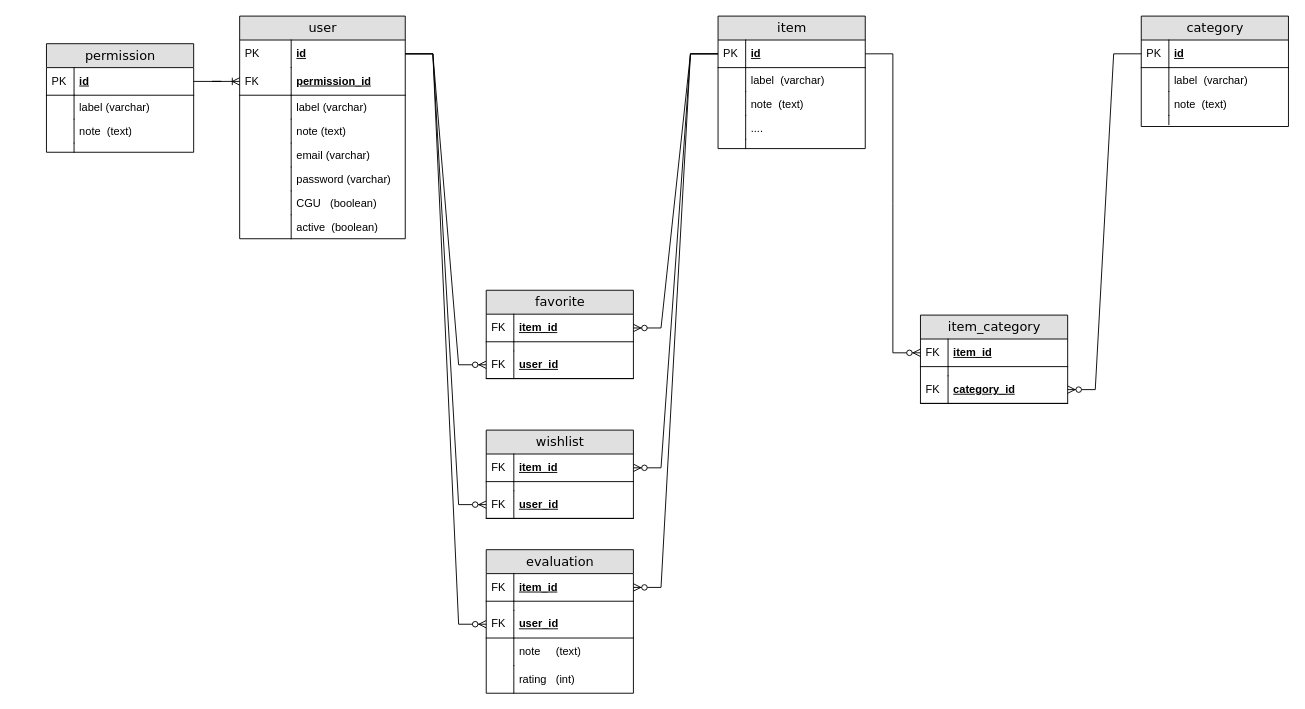
This is EntityRelation.drawio from HexMakina/ZAD-X75-B-2021-2022, a draw.io file, before an edit. Source tidied: cells renumbered, new cells numbered last; positions are measured from the earlier drawing's top-left corner, leaving out a move shared by most shapes. Both pictures are drawn from the tidied source at 92%, with x=0, y=0 at pixel (46, 16).
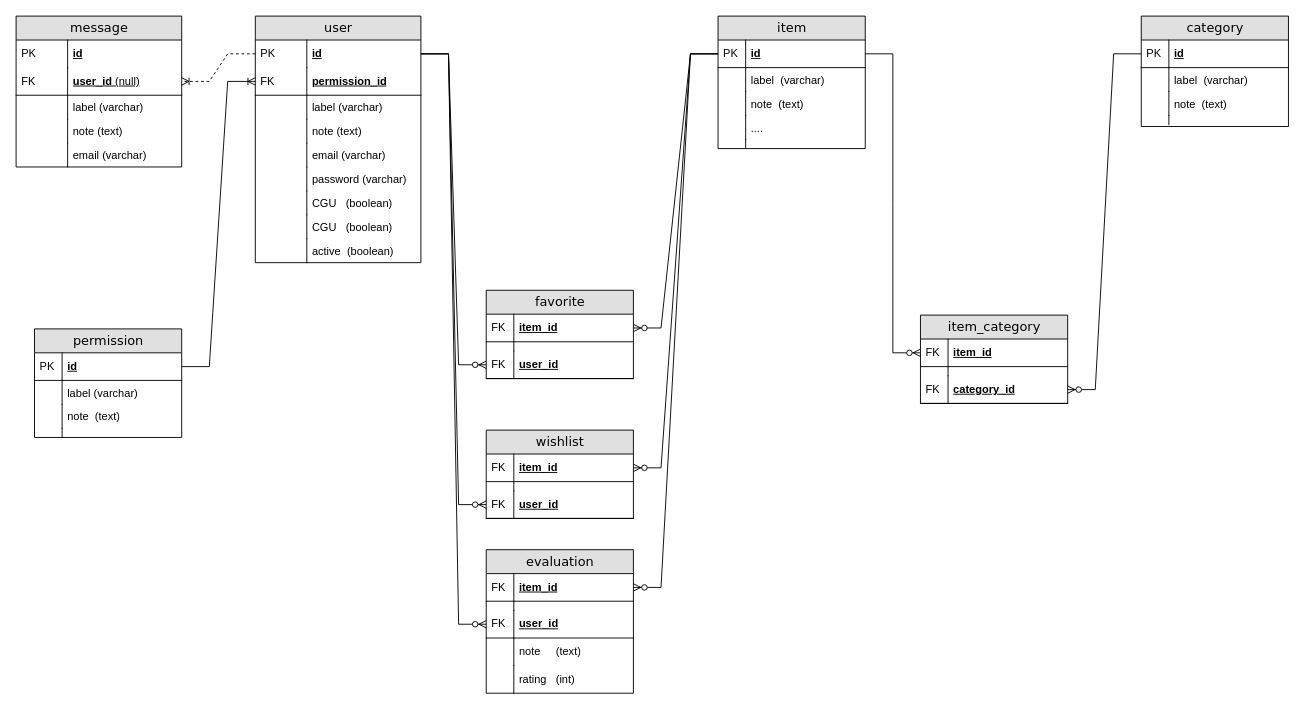
The same diagram, later.

Commit message:
added message table with optional user

Unchanged cells that the change refers to:
```xml
<mxCell id="3" value="id" style="shape=partialRectangle;top=0;left=0;right=0;bottom=0;html=1;align=left;verticalAlign=middle;fillColor=none;spacingLeft=60;spacingRight=4;whiteSpace=wrap;overflow=hidden;points=[[0,0.5],[1,0.5]];portConstraint=eastwest;fontStyle=5;" parent="2" vertex="1">
  <mxGeometry y="26" width="180" height="30" as="geometry" />
</mxCell>
```

Diff of the diagram source:
```diff
@@
     <mxCell id="2" value="user" style="swimlane;html=1;fontStyle=0;horizontal=1;startSize=26;fillColor=#e0e0e0;swimlaneFillColor=#ffffff;align=center;rounded=0;shadow=0;comic=0;labelBackgroundColor=none;strokeWidth=1;fontFamily=Verdana;fontSize=14;" parent="1" vertex="1">
-      <mxGeometry x="210" width="180" height="242" as="geometry" />
+      <mxGeometry x="227" width="180" height="268" as="geometry" />
     </mxCell>
@@
+    <mxCell id="89" value="CGU&lt;span&gt;&amp;nbsp;&lt;span&gt; &lt;span style=&quot;white-space: pre&quot;&gt; &lt;/span&gt;&lt;/span&gt;&lt;/span&gt;(boolean)" style="shape=partialRectangle;top=0;left=0;right=0;bottom=0;html=1;align=left;verticalAlign=top;fillColor=none;spacingLeft=60;spacingRight=4;whiteSpace=wrap;overflow=hidden;" parent="2" vertex="1">
+      <mxGeometry y="190" width="180" height="26" as="geometry" />
+    </mxCell>
+    <mxCell id="90" style="shape=partialRectangle;top=0;left=0;bottom=0;html=1;fillColor=none;align=left;verticalAlign=top;spacingLeft=4;spacingRight=4;whiteSpace=wrap;overflow=hidden;" parent="89" vertex="1">
+      <mxGeometry width="56" height="26" as="geometry" />
+    </mxCell>
     <mxCell id="15" value="CGU&lt;span&gt;&amp;nbsp;&lt;span&gt; &lt;span style=&quot;white-space: pre&quot;&gt; &lt;/span&gt;&lt;/span&gt;&lt;/span&gt;(boolean)" style="shape=partialRectangle;top=0;left=0;right=0;bottom=0;html=1;align=left;verticalAlign=top;fillColor=none;spacingLeft=60;spacingRight=4;whiteSpace=wrap;overflow=hidden;" parent="2" vertex="1">
-      <mxGeometry y="190" width="180" height="26" as="geometry" />
+      <mxGeometry y="216" width="180" height="26" as="geometry" />
     </mxCell>
@@
     <mxCell id="17" value="active&lt;span&gt; &lt;span style=&quot;white-space: pre&quot;&gt; &lt;/span&gt;&lt;/span&gt;(boolean)" style="shape=partialRectangle;top=0;left=0;right=0;bottom=0;html=1;align=left;verticalAlign=top;fillColor=none;spacingLeft=60;spacingRight=4;whiteSpace=wrap;overflow=hidden;" parent="2" vertex="1">
-      <mxGeometry y="216" width="180" height="26" as="geometry" />
+      <mxGeometry y="242" width="180" height="26" as="geometry" />
     </mxCell>
@@
     <mxCell id="30" value="permission" style="swimlane;html=1;fontStyle=0;horizontal=1;startSize=26;fillColor=#e0e0e0;swimlaneFillColor=#ffffff;align=center;rounded=0;shadow=0;comic=0;labelBackgroundColor=none;strokeWidth=1;fontFamily=Verdana;fontSize=14;" parent="1" vertex="1">
-      <mxGeometry y="30" width="160" height="118" as="geometry" />
+      <mxGeometry x="-13" y="340" width="160" height="118" as="geometry" />
     </mxCell>
@@
+    <mxCell id="91" value="message" style="swimlane;html=1;fontStyle=0;horizontal=1;startSize=26;fillColor=#e0e0e0;swimlaneFillColor=#ffffff;align=center;rounded=0;shadow=0;comic=0;labelBackgroundColor=none;strokeWidth=1;fontFamily=Verdana;fontSize=14;" parent="1" vertex="1">
+      <mxGeometry x="-33" width="180" height="164" as="geometry" />
+    </mxCell>
+    <mxCell id="92" value="id" style="shape=partialRectangle;top=0;left=0;right=0;bottom=0;html=1;align=left;verticalAlign=middle;fillColor=none;spacingLeft=60;spacingRight=4;whiteSpace=wrap;overflow=hidden;fontStyle=5;" parent="91" vertex="1">
+      <mxGeometry y="26" width="180" height="30" as="geometry" />
+    </mxCell>
+    <mxCell id="93" value="&lt;span style=&quot;font-weight: normal&quot;&gt;PK&lt;/span&gt;" style="shape=partialRectangle;fontStyle=1;top=0;left=0;bottom=0;html=1;fillColor=none;align=left;verticalAlign=middle;spacingLeft=4;spacingRight=4;whiteSpace=wrap;overflow=hidden;" parent="92" vertex="1">
+      <mxGeometry width="56" height="30" as="geometry" />
+    </mxCell>
+    <mxCell id="94" value="user_id&lt;span style=&quot;white-space: pre;&quot;&gt; &lt;/span&gt;&lt;span style=&quot;font-weight: normal;&quot;&gt;(null)&lt;/span&gt;" style="shape=partialRectangle;top=0;left=0;right=0;bottom=1;html=1;align=left;verticalAlign=middle;fillColor=none;spacingLeft=60;spacingRight=4;whiteSpace=wrap;overflow=hidden;points=[[0,0.5],[1,0.5]];portConstraint=eastwest;fontStyle=5;" parent="91" vertex="1">
+      <mxGeometry y="56" width="180" height="30" as="geometry" />
+    </mxCell>
+    <mxCell id="95" value="&lt;span style=&quot;font-weight: normal&quot;&gt;FK&lt;/span&gt;" style="shape=partialRectangle;fontStyle=1;top=0;left=0;bottom=0;html=1;fillColor=none;align=left;verticalAlign=middle;spacingLeft=4;spacingRight=4;whiteSpace=wrap;overflow=hidden;" parent="94" vertex="1">
+      <mxGeometry width="56" height="30" as="geometry" />
+    </mxCell>
+    <mxCell id="96" value="label&lt;span&gt; &lt;span&gt; &lt;/span&gt;&lt;/span&gt;(varchar)&lt;br&gt;" style="shape=partialRectangle;top=0;left=0;right=0;bottom=0;html=1;align=left;verticalAlign=top;fillColor=none;spacingLeft=60;spacingRight=4;whiteSpace=wrap;overflow=hidden;" parent="91" vertex="1">
+      <mxGeometry y="86" width="180" height="26" as="geometry" />
+    </mxCell>
+    <mxCell id="97" style="shape=partialRectangle;top=0;left=0;bottom=0;html=1;fillColor=none;align=left;verticalAlign=top;spacingLeft=4;spacingRight=4;whiteSpace=wrap;overflow=hidden;" parent="96" vertex="1">
+      <mxGeometry width="56" height="26" as="geometry" />
+    </mxCell>
+    <mxCell id="98" value="note (text)" style="shape=partialRectangle;top=0;left=0;right=0;bottom=0;html=1;align=left;verticalAlign=top;fillColor=none;spacingLeft=60;spacingRight=4;whiteSpace=wrap;overflow=hidden;" parent="91" vertex="1">
+      <mxGeometry y="112" width="180" height="26" as="geometry" />
+    </mxCell>
+    <mxCell id="99" style="shape=partialRectangle;top=0;left=0;bottom=0;html=1;fillColor=none;align=left;verticalAlign=top;spacingLeft=4;spacingRight=4;whiteSpace=wrap;overflow=hidden;" parent="98" vertex="1">
+      <mxGeometry width="56" height="26" as="geometry" />
+    </mxCell>
+    <mxCell id="100" value="email&lt;span&gt; &lt;span&gt; &lt;/span&gt;&lt;/span&gt;(varchar)" style="shape=partialRectangle;top=0;left=0;right=0;bottom=0;html=1;align=left;verticalAlign=top;fillColor=none;spacingLeft=60;spacingRight=4;whiteSpace=wrap;overflow=hidden;" parent="91" vertex="1">
+      <mxGeometry y="138" width="180" height="26" as="geometry" />
+    </mxCell>
+    <mxCell id="101" style="shape=partialRectangle;top=0;left=0;bottom=0;html=1;fillColor=none;align=left;verticalAlign=top;spacingLeft=4;spacingRight=4;whiteSpace=wrap;overflow=hidden;" parent="100" vertex="1">
+      <mxGeometry width="56" height="26" as="geometry" />
+    </mxCell>
+    <mxCell id="102" style="edgeStyle=entityRelationEdgeStyle;fontSize=12;html=1;endArrow=ERoneToMany;rounded=0;dashed=1;" parent="1" edge="1" source="3" target="94">
+      <mxGeometry relative="1" as="geometry" />
+    </mxCell>
```
